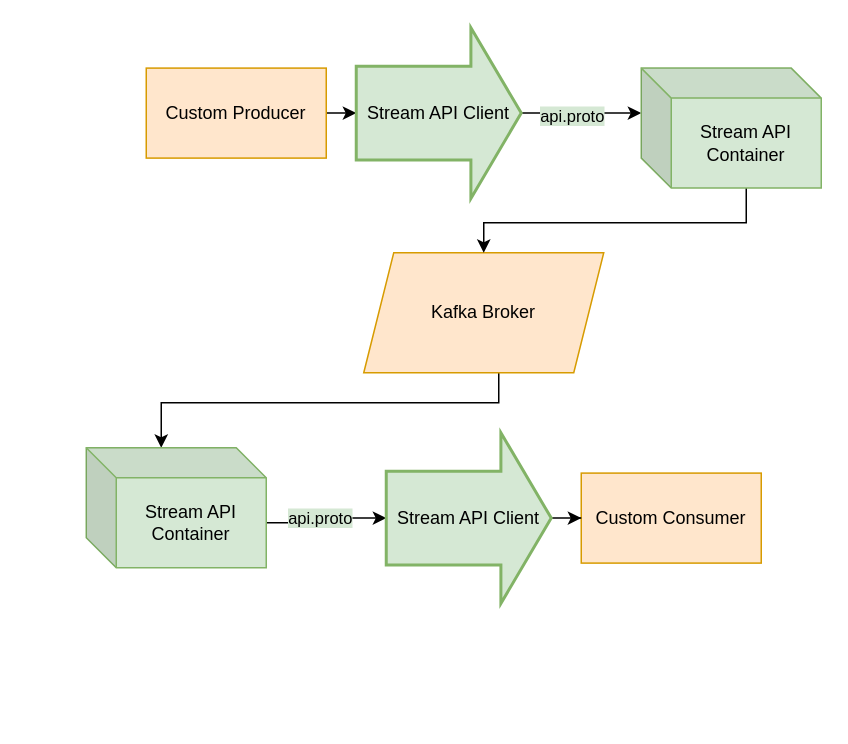
Above: docs/stream_api/assets/stream_architecture.drawio in mat-docs/SECU4.Site (draw.io), before the change. Source tidied: cells renumbered, new cells numbered last; positions are measured from the earlier drawing's top-left corner, leaving out a move shared by most shapes. Both pictures are drawn from the tidied source at 150%, with x=0, y=0 at pixel (86, 27).
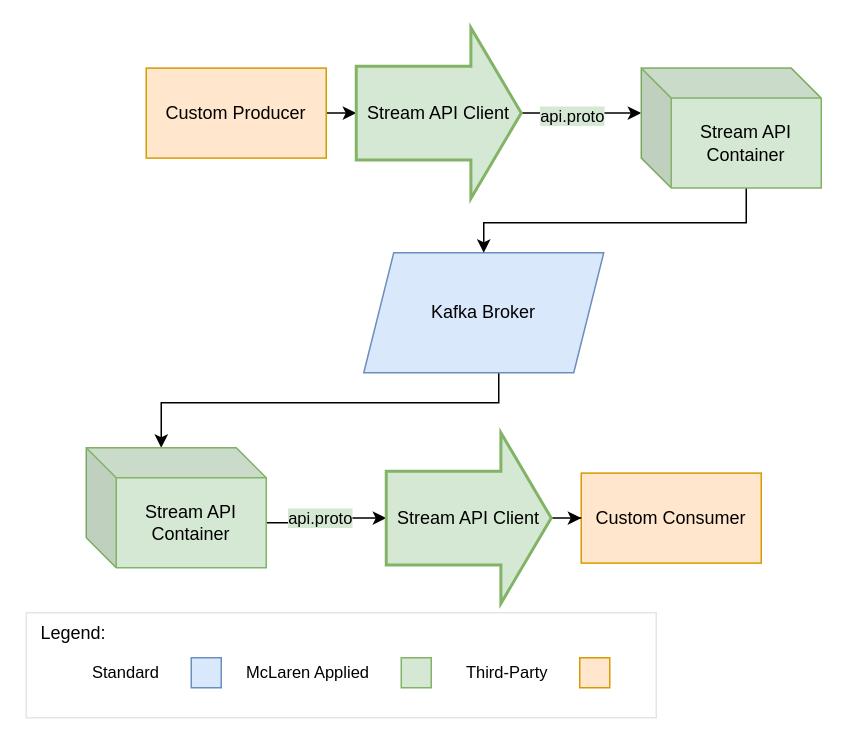
Above is the later version.

Commit message (it also covers changes not shown here):
Update stream architecture diagram

What changed in the source:
```diff
@@
-    <mxCell id="3" value="Kafka Broker" style="shape=parallelogram;perimeter=parallelogramPerimeter;whiteSpace=wrap;html=1;fixedSize=1;fillColor=#ffe6cc;strokeColor=#d79b00;" parent="1" vertex="1">
+    <mxCell id="3" value="Kafka Broker" style="shape=parallelogram;perimeter=parallelogramPerimeter;whiteSpace=wrap;html=1;fixedSize=1;fillColor=#dae8fc;strokeColor=#6c8ebf;" parent="1" vertex="1">
       <mxGeometry x="185" y="150" width="160" height="80" as="geometry" />
     </mxCell>
@@
-    <mxCell id="6" value="Custom Producer" style="whiteSpace=wrap;html=1;fillColor=#ffe6cc;strokeColor=#d79b00;" parent="1" vertex="1">
+    <mxCell id="6" value="Custom Producer" style="whiteSpace=wrap;html=1;fillColor=#ffe6cc;strokeColor=#d79b00;fillStyle=auto;" parent="1" vertex="1">
       <mxGeometry x="40" y="26.9" width="120" height="60" as="geometry" />
     </mxCell>
@@
+    <mxCell id="17" style="group;" parent="1" vertex="1">
+      <mxGeometry x="-40" y="390" width="420" height="70" as="geometry" />
+    </mxCell>
+    <mxCell id="18" value="Legend:" style="rounded=0;whiteSpace=wrap;html=1;opacity=10;align=left;verticalAlign=top;spacing=2;spacingLeft=8;fillColor=none;" parent="17" vertex="1">
+      <mxGeometry width="420" height="70" as="geometry" />
+    </mxCell>
+    <mxCell id="19" value="&lt;font style=&quot;font-size: 11px;&quot;&gt;McLaren Applied&lt;/font&gt;" style="rounded=0;html=1;fillColor=#d5e8d4;strokeColor=#82b366;labelPosition=left;verticalLabelPosition=middle;align=right;verticalAlign=middle;spacingRight=20;spacingLeft=20;fontSize=11;" parent="17" vertex="1">
+      <mxGeometry x="250" y="30" width="20" height="20" as="geometry" />
+    </mxCell>
+    <mxCell id="20" value="&lt;font style=&quot;font-size: 11px;&quot;&gt;Standard&lt;/font&gt;" style="rounded=0;html=1;fillColor=#dae8fc;strokeColor=#6c8ebf;labelPosition=left;verticalLabelPosition=middle;align=right;verticalAlign=middle;spacingRight=20;spacingLeft=20;fontSize=11;" parent="17" vertex="1">
+      <mxGeometry x="110" y="30" width="20" height="20" as="geometry" />
+    </mxCell>
+    <mxCell id="21" value="&lt;font style=&quot;font-size: 11px;&quot;&gt;Third-Party&lt;/font&gt;" style="rounded=0;html=1;fillColor=#ffe6cc;strokeColor=#d79b00;labelPosition=left;verticalLabelPosition=middle;align=right;verticalAlign=middle;spacingRight=20;spacingLeft=20;fontSize=11;" parent="17" vertex="1">
+      <mxGeometry x="369" y="30" width="20" height="20" as="geometry" />
+    </mxCell>
```
